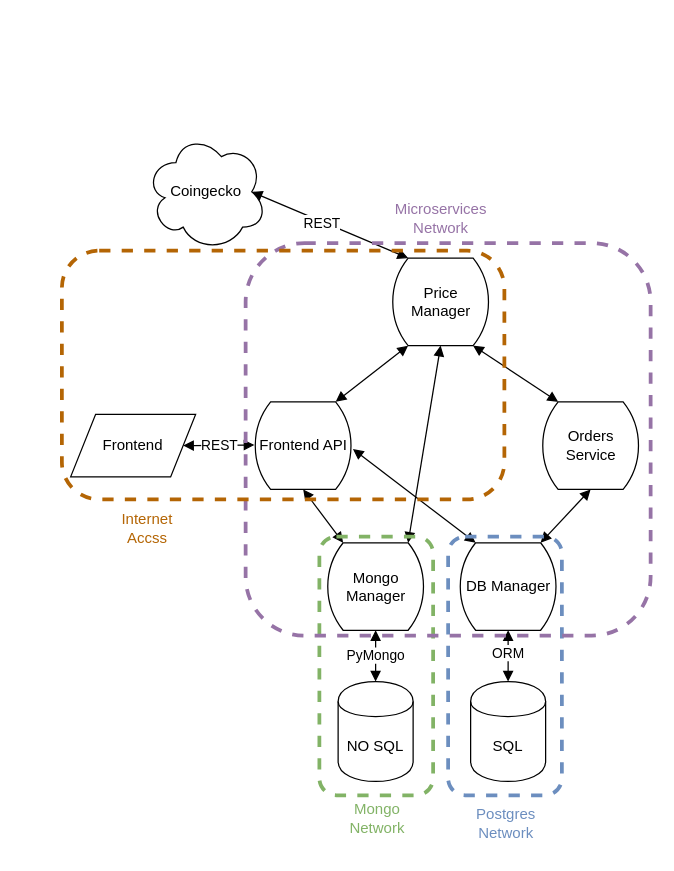
Earlier version of the draw.io diagram architecture.drawio (THD-C/.github). Source tidied: cells renumbered, new cells numbered last; positions are measured from the earlier drawing's top-left corner, leaving out a move shared by most shapes. Both pictures are drawn from the tidied source at 125%, with x=0, y=0 at pixel (61, 132). Pictures stored in the file or linked from it are replaced by grey dashed boxes.
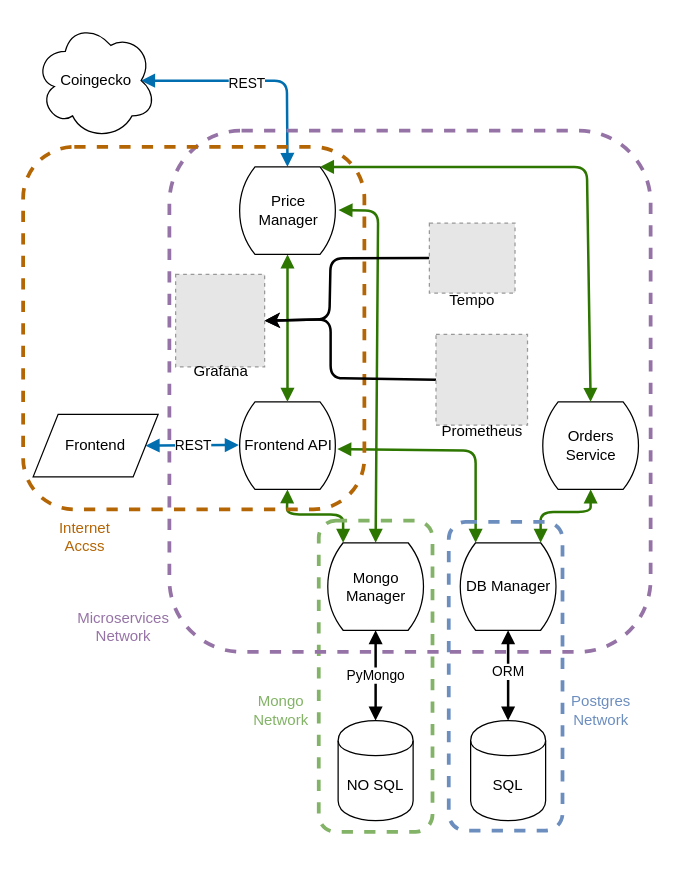
The same page after the edit.

Unchanged cells that the change refers to:
```xml
<mxCell id="4" value="Orders&lt;br&gt;Service" style="html=1;dashed=0;whitespace=wrap;shape=mxgraph.dfd.loop;" parent="1" vertex="1">
  <mxGeometry x="383" y="215" width="80" height="70" as="geometry" />
</mxCell>
<mxCell id="15" value="DB Manager" style="html=1;dashed=0;whitespace=wrap;shape=mxgraph.dfd.loop;" parent="1" vertex="1">
  <mxGeometry x="317" y="327.7" width="80" height="70" as="geometry" />
</mxCell>
<mxCell id="23" value="Mongo&lt;br&gt;Manager" style="html=1;dashed=0;whitespace=wrap;shape=mxgraph.dfd.loop;" parent="1" vertex="1">
  <mxGeometry x="211" y="327.7" width="80" height="70" as="geometry" />
</mxCell>
```

Diff of the diagram source:
```diff
@@
     <mxCell id="2" value="SQL" style="shape=cylinder;whiteSpace=wrap;html=1;boundedLbl=1;backgroundOutline=1;" parent="1" vertex="1">
-      <mxGeometry x="327" y="438.7" width="60" height="80" as="geometry" />
+      <mxGeometry x="327" y="470" width="60" height="80" as="geometry" />
     </mxCell>
     <mxCell id="3" value="Frontend API" style="html=1;dashed=0;whitespace=wrap;shape=mxgraph.dfd.loop;" parent="1" vertex="1">
-      <mxGeometry x="153" y="215" width="80" height="70" as="geometry" />
+      <mxGeometry x="140.5" y="215" width="80" height="70" as="geometry" />
     </mxCell>
@@
-    <mxCell id="5" style="edgeStyle=none;shape=connector;rounded=1;html=1;entryX=0;entryY=0;entryDx=14;entryDy=0;entryPerimeter=0;labelBackgroundColor=default;strokeColor=default;fontFamily=Helvetica;fontSize=11;fontColor=default;startArrow=block;startFill=1;endArrow=block;endFill=1;exitX=0.875;exitY=0.5;exitDx=0;exitDy=0;exitPerimeter=0;" parent="1" edge="1" source="7" target="18">
-      <mxGeometry relative="1" as="geometry" />
+    <mxCell id="5" style="edgeStyle=none;shape=connector;rounded=1;html=1;entryX=0.5;entryY=0;entryDx=0;entryDy=0;entryPerimeter=0;labelBackgroundColor=default;strokeColor=#006EAF;fontFamily=Helvetica;fontSize=11;fontColor=default;startArrow=block;startFill=1;endArrow=block;endFill=1;exitX=0.875;exitY=0.5;exitDx=0;exitDy=0;exitPerimeter=0;fillColor=#1ba1e2;strokeWidth=2;" parent="1" edge="1" source="7" target="18">
+      <mxGeometry relative="1" as="geometry">
+        <Array as="points">
+          <mxPoint x="180" y="-42" />
+        </Array>
+      </mxGeometry>
     </mxCell>
@@
     <mxCell id="7" value="Coingecko" style="shape=cloud;whiteSpace=wrap;html=1;" parent="1" vertex="1">
-      <mxGeometry x="67" width="97" height="94" as="geometry" />
+      <mxGeometry x="-21.5" y="-89" width="97" height="94" as="geometry" />
     </mxCell>
-    <mxCell id="8" style="edgeStyle=none;html=1;exitX=1;exitY=0.5;exitDx=0;exitDy=0;entryX=0.013;entryY=0.493;entryDx=0;entryDy=0;entryPerimeter=0;endArrow=block;endFill=1;startArrow=block;startFill=1;" parent="1" edge="1" source="10" target="3">
+    <mxCell id="8" style="edgeStyle=none;html=1;exitX=1;exitY=0.5;exitDx=0;exitDy=0;entryX=0.013;entryY=0.493;entryDx=0;entryDy=0;entryPerimeter=0;endArrow=block;endFill=1;startArrow=block;startFill=1;fillColor=#1ba1e2;strokeColor=#006EAF;strokeWidth=2;" parent="1" edge="1" source="10" target="3">
       <mxGeometry relative="1" as="geometry" />
     </mxCell>
@@
     <mxCell id="10" value="Frontend" style="shape=parallelogram;perimeter=parallelogramPerimeter;whiteSpace=wrap;html=1;dashed=0;" parent="1" vertex="1">
-      <mxGeometry x="7" y="225" width="100" height="50" as="geometry" />
+      <mxGeometry x="-23" y="225" width="100" height="50" as="geometry" />
     </mxCell>
-    <mxCell id="11" style="edgeStyle=none;html=1;exitX=0.5;exitY=1;exitDx=0;exitDy=0;exitPerimeter=0;entryX=0.5;entryY=0;entryDx=0;entryDy=0;endArrow=block;endFill=1;startArrow=block;startFill=1;" parent="1" edge="1" source="15" target="2">
+    <mxCell id="11" style="edgeStyle=none;html=1;exitX=0.5;exitY=1;exitDx=0;exitDy=0;exitPerimeter=0;entryX=0.5;entryY=0;entryDx=0;entryDy=0;endArrow=block;endFill=1;startArrow=block;startFill=1;strokeWidth=2;" parent="1" edge="1" source="15" target="2">
       <mxGeometry relative="1" as="geometry" />
     </mxCell>
@@
-    <mxCell id="13" style="edgeStyle=none;shape=connector;rounded=1;html=1;exitX=0;exitY=0;exitDx=66;exitDy=0;exitPerimeter=0;entryX=0.5;entryY=1;entryDx=0;entryDy=0;entryPerimeter=0;labelBackgroundColor=default;strokeColor=default;fontFamily=Helvetica;fontSize=11;fontColor=default;startArrow=block;startFill=1;endArrow=block;endFill=1;" parent="1" edge="1" source="15" target="4">
-      <mxGeometry relative="1" as="geometry" />
+    <mxCell id="13" style="edgeStyle=none;shape=connector;rounded=1;html=1;exitX=0;exitY=0;exitDx=66;exitDy=0;exitPerimeter=0;entryX=0.5;entryY=1;entryDx=0;entryDy=0;entryPerimeter=0;labelBackgroundColor=default;strokeColor=#2D7600;fontFamily=Helvetica;fontSize=11;fontColor=default;startArrow=block;startFill=1;endArrow=block;endFill=1;fillColor=#60a917;strokeWidth=2;" parent="1" edge="1" source="15" target="4">
+      <mxGeometry relative="1" as="geometry">
+        <Array as="points">
+          <mxPoint x="383" y="303" />
+          <mxPoint x="423" y="303" />
+        </Array>
+      </mxGeometry>
     </mxCell>
-    <mxCell id="14" style="edgeStyle=none;shape=connector;rounded=1;html=1;exitX=0;exitY=0;exitDx=14;exitDy=0;exitPerimeter=0;entryX=0.998;entryY=0.539;entryDx=0;entryDy=0;entryPerimeter=0;labelBackgroundColor=default;strokeColor=default;fontFamily=Helvetica;fontSize=11;fontColor=default;startArrow=block;startFill=1;endArrow=block;endFill=1;" parent="1" edge="1" source="15" target="3">
-      <mxGeometry relative="1" as="geometry" />
+    <mxCell id="14" style="edgeStyle=none;shape=connector;rounded=1;html=1;exitX=0;exitY=0;exitDx=14;exitDy=0;exitPerimeter=0;entryX=0.998;entryY=0.539;entryDx=0;entryDy=0;entryPerimeter=0;labelBackgroundColor=default;strokeColor=#2D7600;fontFamily=Helvetica;fontSize=11;fontColor=default;startArrow=block;startFill=1;endArrow=block;endFill=1;fillColor=#60a917;strokeWidth=2;" parent="1" edge="1" source="15" target="3">
+      <mxGeometry relative="1" as="geometry">
+        <Array as="points">
+          <mxPoint x="331" y="254" />
+        </Array>
+      </mxGeometry>
     </mxCell>
@@
-    <mxCell id="16" style="edgeStyle=none;shape=connector;rounded=1;html=1;exitX=0;exitY=0;exitDx=66;exitDy=70;exitPerimeter=0;entryX=0;entryY=0;entryDx=14;entryDy=0;entryPerimeter=0;labelBackgroundColor=default;strokeColor=default;fontFamily=Helvetica;fontSize=11;fontColor=default;startArrow=block;startFill=1;endArrow=block;endFill=1;" parent="1" edge="1" source="18" target="4">
-      <mxGeometry relative="1" as="geometry" />
+    <mxCell id="16" style="edgeStyle=none;shape=connector;rounded=1;html=1;exitX=0;exitY=0;exitDx=66;exitDy=0;exitPerimeter=0;entryX=0.5;entryY=0;entryDx=0;entryDy=0;entryPerimeter=0;labelBackgroundColor=default;strokeColor=#2D7600;fontFamily=Helvetica;fontSize=11;fontColor=default;startArrow=block;startFill=1;endArrow=block;endFill=1;fillColor=#60a917;strokeWidth=2;" parent="1" edge="1" source="18" target="4">
+      <mxGeometry relative="1" as="geometry">
+        <Array as="points">
+          <mxPoint x="420" y="27" />
+        </Array>
+      </mxGeometry>
     </mxCell>
-    <mxCell id="17" style="edgeStyle=none;shape=connector;rounded=1;html=1;exitX=0;exitY=0;exitDx=14;exitDy=70;exitPerimeter=0;entryX=0;entryY=0;entryDx=66;entryDy=0;entryPerimeter=0;labelBackgroundColor=default;strokeColor=default;fontFamily=Helvetica;fontSize=11;fontColor=default;startArrow=block;startFill=1;endArrow=block;endFill=1;" parent="1" edge="1" source="18" target="3">
+    <mxCell id="17" style="edgeStyle=none;shape=connector;rounded=1;html=1;exitX=0.5;exitY=1;exitDx=0;exitDy=0;exitPerimeter=0;entryX=0.5;entryY=0;entryDx=0;entryDy=0;entryPerimeter=0;labelBackgroundColor=default;strokeColor=#2D7600;fontFamily=Helvetica;fontSize=11;fontColor=default;startArrow=block;startFill=1;endArrow=block;endFill=1;fillColor=#60a917;strokeWidth=2;" parent="1" edge="1" source="18" target="3">
       <mxGeometry relative="1" as="geometry" />
     </mxCell>
     <mxCell id="18" value="Price&lt;br&gt;Manager" style="html=1;dashed=0;whitespace=wrap;shape=mxgraph.dfd.loop;" parent="1" vertex="1">
-      <mxGeometry x="263" y="100" width="80" height="70" as="geometry" />
+      <mxGeometry x="140.5" y="27" width="80" height="70" as="geometry" />
     </mxCell>
-    <mxCell id="19" value="PyMongo" style="edgeStyle=none;shape=connector;rounded=1;html=1;exitX=0.5;exitY=0;exitDx=0;exitDy=0;entryX=0.5;entryY=1;entryDx=0;entryDy=0;labelBackgroundColor=default;strokeColor=default;fontFamily=Helvetica;fontSize=11;fontColor=default;startArrow=block;startFill=1;endArrow=block;endFill=1;entryPerimeter=0;" parent="1" edge="1" source="20" target="23">
+    <mxCell id="19" value="PyMongo" style="edgeStyle=none;shape=connector;rounded=1;html=1;exitX=0.5;exitY=0;exitDx=0;exitDy=0;entryX=0.5;entryY=1;entryDx=0;entryDy=0;labelBackgroundColor=default;strokeColor=default;fontFamily=Helvetica;fontSize=11;fontColor=default;startArrow=block;startFill=1;endArrow=block;endFill=1;entryPerimeter=0;strokeWidth=2;" parent="1" edge="1" source="20" target="23">
       <mxGeometry relative="1" as="geometry" />
     </mxCell>
     <mxCell id="20" value="NO SQL" style="shape=cylinder;whiteSpace=wrap;html=1;boundedLbl=1;backgroundOutline=1;" parent="1" vertex="1">
-      <mxGeometry x="221" y="438.7" width="60" height="80" as="geometry" />
+      <mxGeometry x="221" y="470" width="60" height="80" as="geometry" />
     </mxCell>
-    <mxCell id="21" style="edgeStyle=none;html=1;exitX=0;exitY=0;exitDx=14;exitDy=0;exitPerimeter=0;entryX=0.5;entryY=1;entryDx=0;entryDy=0;entryPerimeter=0;startArrow=block;startFill=1;endArrow=block;endFill=1;" parent="1" edge="1" source="23" target="3">
-      <mxGeometry relative="1" as="geometry" />
+    <mxCell id="21" style="edgeStyle=none;html=1;exitX=0;exitY=0;exitDx=14;exitDy=0;entryX=0.5;entryY=1;entryDx=0;entryDy=0;entryPerimeter=0;startArrow=block;startFill=1;endArrow=block;endFill=1;exitPerimeter=0;fillColor=#60a917;strokeColor=#2D7600;strokeWidth=2;" parent="1" edge="1" source="23" target="3">
+      <mxGeometry relative="1" as="geometry">
+        <Array as="points">
+          <mxPoint x="225" y="305" />
+          <mxPoint x="180" y="305" />
+        </Array>
+      </mxGeometry>
     </mxCell>
-    <mxCell id="22" style="edgeStyle=none;html=1;exitX=0;exitY=0;exitDx=66;exitDy=0;exitPerimeter=0;entryX=0.5;entryY=1;entryDx=0;entryDy=0;entryPerimeter=0;startArrow=block;startFill=1;endArrow=block;endFill=1;" parent="1" edge="1" source="23" target="18">
-      <mxGeometry relative="1" as="geometry" />
+    <mxCell id="22" style="edgeStyle=none;html=1;exitX=0.5;exitY=0;exitDx=0;exitDy=0;exitPerimeter=0;startArrow=block;startFill=1;endArrow=block;endFill=1;entryX=1.01;entryY=0.493;entryDx=0;entryDy=0;entryPerimeter=0;fillColor=#60a917;strokeColor=#2D7600;strokeWidth=2;" parent="1" edge="1" source="23" target="18">
+      <mxGeometry relative="1" as="geometry">
+        <Array as="points">
+          <mxPoint x="253" y="62" />
+        </Array>
+      </mxGeometry>
     </mxCell>
@@
+    <mxCell id="26" style="whiteSpace=wrap;html=1;fillColor=none;dashed=1;rounded=1;imageAspect=1;strokeColor=#6C8EBF;strokeWidth=3;" parent="1" vertex="1">
+      <mxGeometry x="309.5" y="311" width="91" height="247" as="geometry" />
+    </mxCell>
     <mxCell id="24" style="whiteSpace=wrap;html=1;fillColor=none;dashed=1;rounded=1;imageAspect=1;strokeColor=#82B366;strokeWidth=3;" parent="1" vertex="1">
-      <mxGeometry x="206" y="322.7" width="91" height="207" as="geometry" />
+      <mxGeometry x="205.5" y="310" width="91" height="249" as="geometry" />
     </mxCell>
     <mxCell id="25" value="&lt;font color=&quot;#82b366&quot;&gt;Mongo &lt;br&gt;Network&lt;/font&gt;" style="text;html=1;align=center;verticalAlign=middle;strokeColor=none;fillColor=none;" parent="1" vertex="1">
-      <mxGeometry x="220.5" y="527.7" width="62" height="41" as="geometry" />
+      <mxGeometry x="143.5" y="441" width="62" height="41" as="geometry" />
     </mxCell>
-    <mxCell id="26" style="whiteSpace=wrap;html=1;fillColor=none;dashed=1;rounded=1;imageAspect=1;strokeColor=#6C8EBF;strokeWidth=3;" parent="1" vertex="1">
-      <mxGeometry x="309" y="322.7" width="91" height="207" as="geometry" />
-    </mxCell>
     <mxCell id="27" value="&lt;font color=&quot;#6c8ebf&quot;&gt;Postgres&lt;br&gt;Network&lt;/font&gt;" style="text;html=1;align=center;verticalAlign=middle;strokeColor=none;fillColor=none;" parent="1" vertex="1">
-      <mxGeometry x="322.5" y="531.7" width="65" height="41" as="geometry" />
+      <mxGeometry x="398" y="441" width="65" height="41" as="geometry" />
     </mxCell>
     <mxCell id="28" style="whiteSpace=wrap;html=1;fillColor=none;dashed=1;rounded=1;imageAspect=1;strokeColor=#9673A6;strokeWidth=3;" parent="1" vertex="1">
-      <mxGeometry x="147" y="88" width="324" height="314" as="geometry" />
+      <mxGeometry x="86" y="-2" width="385" height="417" as="geometry" />
     </mxCell>
     <mxCell id="29" value="&lt;font color=&quot;#9673a6&quot;&gt;Microservices&lt;br&gt;Network&lt;/font&gt;" style="text;html=1;align=center;verticalAlign=middle;strokeColor=none;fillColor=none;" parent="1" vertex="1">
-      <mxGeometry x="257.5" y="47" width="91" height="41" as="geometry" />
+      <mxGeometry x="3" y="374" width="91" height="41" as="geometry" />
     </mxCell>
     <mxCell id="30" style="whiteSpace=wrap;html=1;fillColor=none;dashed=1;rounded=1;imageAspect=1;strokeColor=#B46504;strokeWidth=3;" parent="1" vertex="1">
-      <mxGeometry y="94" width="354" height="199" as="geometry" />
+      <mxGeometry x="-31" y="11" width="273" height="290" as="geometry" />
     </mxCell>
     <mxCell id="31" value="&lt;font color=&quot;#b46504&quot;&gt;Internet &lt;br&gt;Accss&lt;/font&gt;" style="text;html=1;align=center;verticalAlign=middle;strokeColor=none;fillColor=none;" parent="1" vertex="1">
-      <mxGeometry x="38" y="295" width="59" height="41" as="geometry" />
+      <mxGeometry x="-12" y="302" width="59" height="41" as="geometry" />
     </mxCell>
+    <mxCell id="32" style="edgeStyle=none;html=1;exitX=0;exitY=0.5;exitDx=0;exitDy=0;entryX=1;entryY=0.5;entryDx=0;entryDy=0;strokeWidth=2;" parent="1" edge="1" source="41" target="35">
+      <mxGeometry relative="1" as="geometry">
+        <Array as="points">
+          <mxPoint x="215" y="196" />
+          <mxPoint x="215" y="149" />
+        </Array>
+      </mxGeometry>
+    </mxCell>
+    <mxCell id="33" style="edgeStyle=none;html=1;entryX=1;entryY=0.5;entryDx=0;entryDy=0;strokeWidth=2;" parent="1" edge="1" source="38" target="35">
+      <mxGeometry relative="1" as="geometry">
+        <Array as="points">
+          <mxPoint x="215" y="100" />
+          <mxPoint x="214" y="149" />
+        </Array>
+      </mxGeometry>
+    </mxCell>
+    <mxCell id="34" style="group;" parent="1" vertex="1">
+      <mxGeometry x="91" y="113" width="71.2" height="91" as="geometry" />
+    </mxCell>
+    <mxCell id="35" style="fillColor=#E6E6E6;strokeColor=#999999;dashed=1;verticalLabelPosition=bottom;labelBackgroundColor=default;verticalAlign=top;" parent="34" vertex="1">
+      <mxGeometry width="71.2" height="74" as="geometry" />
+    </mxCell>
+    <mxCell id="36" value="Grafana" style="text;html=1;align=center;verticalAlign=middle;strokeColor=none;fillColor=none;" parent="34" vertex="1">
+      <mxGeometry x="5.1" y="65" width="61" height="26" as="geometry" />
+    </mxCell>
+    <mxCell id="37" style="group;" parent="1" vertex="1">
+      <mxGeometry x="294" y="72" width="68.5" height="75" as="geometry" />
+    </mxCell>
+    <mxCell id="38" style="fillColor=#E6E6E6;strokeColor=#999999;dashed=1;verticalLabelPosition=bottom;labelBackgroundColor=default;verticalAlign=top;" parent="37" vertex="1">
+      <mxGeometry width="68.5" height="55.9" as="geometry" />
+    </mxCell>
+    <mxCell id="39" value="Tempo" style="text;html=1;align=center;verticalAlign=middle;strokeColor=none;fillColor=none;" parent="37" vertex="1">
+      <mxGeometry x="7.2" y="49" width="54" height="26" as="geometry" />
+    </mxCell>
+    <mxCell id="40" style="group;" parent="1" vertex="1">
+      <mxGeometry x="294.4" y="161" width="83" height="91" as="geometry" />
+    </mxCell>
+    <mxCell id="41" style="fillColor=#E6E6E6;strokeColor=#999999;dashed=1;verticalLabelPosition=bottom;labelBackgroundColor=default;verticalAlign=top;" parent="40" vertex="1">
+      <mxGeometry x="4.9" width="73.2" height="72.6" as="geometry" />
+    </mxCell>
+    <mxCell id="42" value="Prometheus" style="text;html=1;align=center;verticalAlign=middle;strokeColor=none;fillColor=none;" parent="40" vertex="1">
+      <mxGeometry y="65" width="83" height="26" as="geometry" />
+    </mxCell>
```
